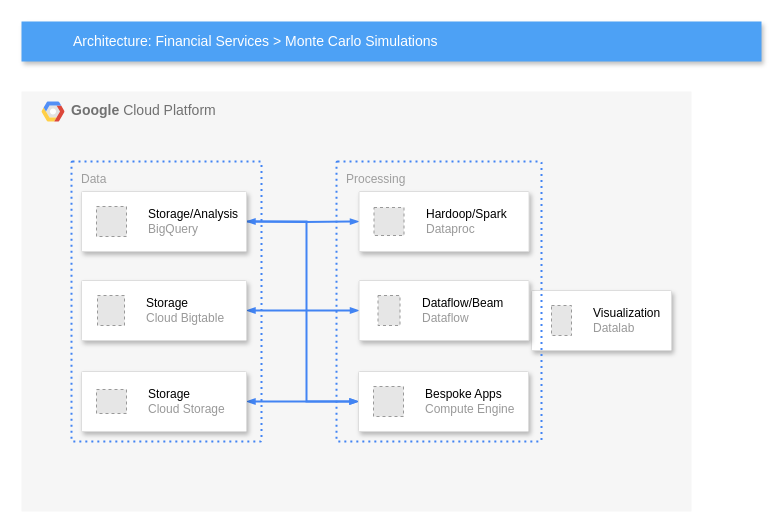
This is 未命名绘图.drawio from UncleCap/Tibame, a draw.io file, before an edit. Source tidied: cells renumbered, new cells numbered last; positions are measured from the earlier drawing's top-left corner, leaving out a move shared by most shapes. Both pictures are drawn from the tidied source at 100%, with x=0, y=0 at pixel (21, 21). Pictures stored in the file or linked from it are replaced by grey dashed boxes.
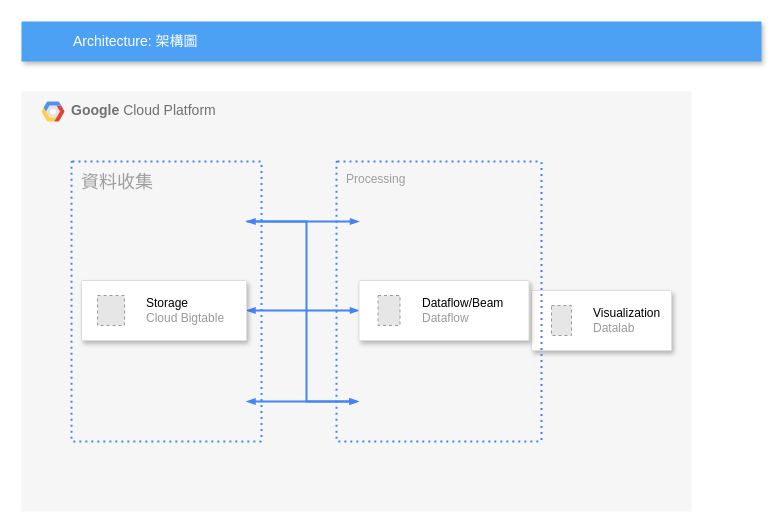
The same page after the edit.

Unchanged cells that the change refers to:
```xml
<mxCell id="2" value="&lt;b&gt;Google &lt;/b&gt;Cloud Platform" style="fillColor=#F6F6F6;strokeColor=none;shadow=0;gradientColor=none;fontSize=14;align=left;spacing=10;fontColor=#717171;9E9E9E;verticalAlign=top;spacingTop=-4;fontStyle=0;spacingLeft=40;html=1;" parent="1" vertex="1">
  <mxGeometry y="70" width="670" height="420" as="geometry" />
</mxCell>
```

Diff of the diagram source:
```diff
@@
+    <mxCell id="7" value="&lt;font style=&quot;font-size: 18px;&quot;&gt;資料收集&lt;/font&gt;" style="rounded=1;absoluteArcSize=1;arcSize=2;html=1;strokeColor=#4284F3;gradientColor=none;shadow=0;dashed=1;fontSize=12;fontColor=#9E9E9E;align=left;verticalAlign=top;spacing=10;spacingTop=-4;fillColor=none;dashPattern=1 2;strokeWidth=2;" parent="2" vertex="1">
+      <mxGeometry x="50" y="70" width="190" height="280" as="geometry" />
+    </mxCell>
@@
-    <mxCell id="7" value="Data" style="rounded=1;absoluteArcSize=1;arcSize=2;html=1;strokeColor=#4284F3;gradientColor=none;shadow=0;dashed=1;fontSize=12;fontColor=#9E9E9E;align=left;verticalAlign=top;spacing=10;spacingTop=-4;fillColor=none;dashPattern=1 2;strokeWidth=2;" parent="1" vertex="1">
-      <mxGeometry x="50" y="140" width="190" height="280" as="geometry" />
-    </mxCell>
-    <mxCell id="8" value="Architecture: Financial Services &amp;gt; Monte Carlo Simulations" style="fillColor=#4DA1F5;strokeColor=none;shadow=1;gradientColor=none;fontSize=14;align=left;spacingLeft=50;fontColor=#ffffff;html=1;" parent="1" vertex="1">
+    <mxCell id="8" value="Architecture: 架構圖" style="fillColor=#4DA1F5;strokeColor=none;shadow=1;gradientColor=none;fontSize=14;align=left;spacingLeft=50;fontColor=#ffffff;html=1;" parent="1" vertex="1">
       <mxGeometry width="740" height="40" as="geometry" />
     </mxCell>
@@
-    <mxCell id="10" style="edgeStyle=orthogonalEdgeStyle;rounded=0;html=1;labelBackgroundColor=none;startFill=1;startSize=4;endArrow=blockThin;endFill=1;endSize=4;jettySize=auto;strokeColor=#4284F3;strokeWidth=2;fontSize=12;fontColor=#000000;align=center;dashed=0;startArrow=blockThin;" parent="1" edge="1" source="18" target="24">
-      <mxGeometry relative="1" as="geometry" />
+    <mxCell id="10" style="edgeStyle=orthogonalEdgeStyle;rounded=0;html=1;labelBackgroundColor=none;startFill=1;startSize=4;endArrow=blockThin;endFill=1;endSize=4;jettySize=auto;orthogonalLoop=1;strokeColor=#4284F3;strokeWidth=2;fontSize=12;fontColor=#000000;align=center;dashed=0;startArrow=blockThin;" parent="1" edge="1">
+      <mxGeometry relative="1" as="geometry">
+        <mxPoint x="225" y="380" as="sourcePoint" />
+        <mxPoint x="337" y="380" as="targetPoint" />
+      </mxGeometry>
     </mxCell>
@@
-    <mxCell id="12" style="edgeStyle=orthogonalEdgeStyle;rounded=0;html=1;labelBackgroundColor=none;startFill=1;startSize=4;endArrow=blockThin;endFill=1;endSize=4;jettySize=auto;strokeColor=#4284F3;strokeWidth=2;fontSize=12;fontColor=#000000;align=center;dashed=0;" parent="1" edge="1" target="20">
+    <mxCell id="12" style="edgeStyle=orthogonalEdgeStyle;rounded=0;html=1;labelBackgroundColor=none;startFill=1;startSize=4;endArrow=blockThin;endFill=1;endSize=4;jettySize=auto;orthogonalLoop=1;strokeColor=#4284F3;strokeWidth=2;fontSize=12;fontColor=#000000;align=center;dashed=0;" parent="1" edge="1">
       <mxGeometry relative="1" as="geometry">
         <mxPoint x="225" y="200" as="sourcePoint" />
+        <mxPoint x="337.5" y="200" as="targetPoint" />
       </mxGeometry>
     </mxCell>
-    <mxCell id="13" style="edgeStyle=orthogonalEdgeStyle;rounded=0;html=1;labelBackgroundColor=none;startFill=1;startSize=4;endArrow=blockThin;endFill=1;endSize=4;jettySize=auto;strokeColor=#4284F3;strokeWidth=2;fontSize=12;fontColor=#000000;align=center;dashed=0;startArrow=blockThin;" parent="1" edge="1" source="14" target="24">
+    <mxCell id="13" style="edgeStyle=orthogonalEdgeStyle;rounded=0;html=1;labelBackgroundColor=none;startFill=1;startSize=4;endArrow=blockThin;endFill=1;endSize=4;jettySize=auto;orthogonalLoop=1;strokeColor=#4284F3;strokeWidth=2;fontSize=12;fontColor=#000000;align=center;dashed=0;startArrow=blockThin;" parent="1" edge="1">
       <mxGeometry relative="1" as="geometry">
+        <mxPoint x="225" y="200" as="sourcePoint" />
+        <mxPoint x="337" y="380" as="targetPoint" />
         <Array as="points">
           <mxPoint x="285" y="200" />
           <mxPoint x="285" y="380" />
         </Array>
       </mxGeometry>
     </mxCell>
-    <mxCell id="14" style="strokeColor=#dddddd;shadow=1;strokeWidth=1;rounded=1;absoluteArcSize=1;arcSize=2;" parent="1" vertex="1">
-      <mxGeometry x="60" y="170" width="165" height="60" as="geometry" />
-    </mxCell>
-    <mxCell id="15" value="&lt;font color=&quot;#000000&quot;&gt;Storage/Analysis&lt;/font&gt;&lt;br&gt;BigQuery" style="fillColor=#E6E6E6;strokeColor=#999999;dashed=1;html=1;fontColor=#999999;verticalLabelPosition=middle;verticalAlign=middle;labelPosition=right;align=left;spacingLeft=20;" parent="14" vertex="1">
-      <mxGeometry width="30" height="30" relative="1" as="geometry">
-        <mxPoint x="15" y="15" as="offset" />
-      </mxGeometry>
-    </mxCell>
@@
-    <mxCell id="18" style="strokeColor=#dddddd;shadow=1;strokeWidth=1;rounded=1;absoluteArcSize=1;arcSize=2;" parent="1" vertex="1">
-      <mxGeometry x="60" y="350" width="165" height="60" as="geometry" />
-    </mxCell>
-    <mxCell id="19" value="&lt;font color=&quot;#000000&quot;&gt;Storage&lt;/font&gt;&lt;br&gt;Cloud Storage" style="fillColor=#E6E6E6;strokeColor=#999999;dashed=1;html=1;fontColor=#999999;verticalLabelPosition=middle;verticalAlign=middle;labelPosition=right;align=left;spacingLeft=20;" parent="18" vertex="1">
-      <mxGeometry width="30" height="24" relative="1" as="geometry">
-        <mxPoint x="15" y="18" as="offset" />
-      </mxGeometry>
-    </mxCell>
-    <mxCell id="20" style="strokeColor=#dddddd;shadow=1;strokeWidth=1;rounded=1;absoluteArcSize=1;arcSize=2;" parent="1" vertex="1">
-      <mxGeometry x="337.5" y="170" width="170" height="60" as="geometry" />
-    </mxCell>
-    <mxCell id="21" value="&lt;font color=&quot;#000000&quot;&gt;Hardoop/Spark&lt;/font&gt;&lt;br&gt;Dataproc" style="fillColor=#E6E6E6;strokeColor=#999999;dashed=1;html=1;fontColor=#999999;verticalLabelPosition=middle;verticalAlign=middle;labelPosition=right;align=left;spacingLeft=20;" parent="20" vertex="1">
-      <mxGeometry width="30" height="28" relative="1" as="geometry">
-        <mxPoint x="15" y="16" as="offset" />
-      </mxGeometry>
-    </mxCell>
@@
-    <mxCell id="24" style="strokeColor=#dddddd;shadow=1;strokeWidth=1;rounded=1;absoluteArcSize=1;arcSize=2;" parent="1" vertex="1">
-      <mxGeometry x="337" y="350" width="170" height="60" as="geometry" />
-    </mxCell>
-    <mxCell id="25" value="&lt;font color=&quot;#000000&quot;&gt;Bespoke Apps&lt;/font&gt;&lt;br&gt;Compute Engine" style="fillColor=#E6E6E6;strokeColor=#999999;dashed=1;html=1;fontColor=#999999;verticalLabelPosition=middle;verticalAlign=middle;labelPosition=right;align=left;spacingLeft=20;" parent="24" vertex="1">
-      <mxGeometry width="30" height="30" relative="1" as="geometry">
-        <mxPoint x="15" y="15" as="offset" />
-      </mxGeometry>
-    </mxCell>
```
